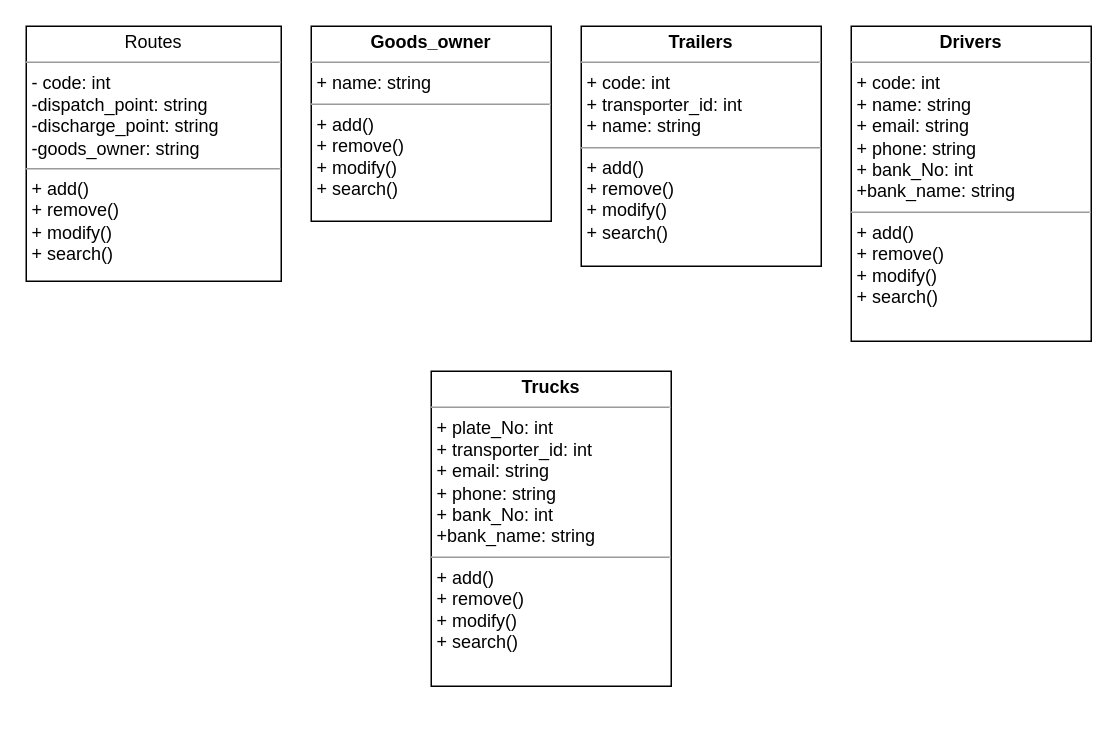
This is class diagram.drawio from amrawni33/Transfer, a draw.io file, before an edit. Source tidied: cells renumbered, new cells numbered last; positions are measured from the earlier drawing's top-left corner, leaving out a move shared by most shapes. Both pictures are drawn from the tidied source at 150%, with x=0, y=0 at pixel (26, 26).
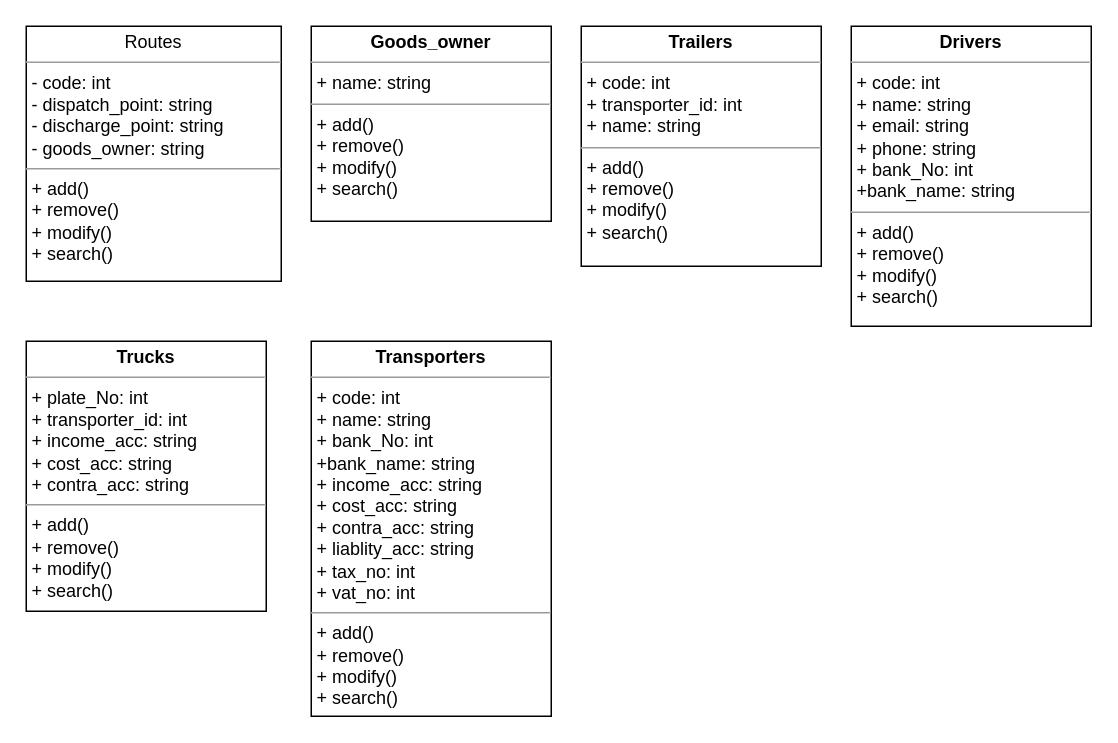
After the change.

What changed in the source:
```diff
@@
 <mxGraphModel>
   <root>
     <mxCell id="0" />
     <mxCell id="1" parent="0" />
-    <mxCell id="2" value="&lt;p style=&quot;margin:0px;margin-top:4px;text-align:center;&quot;&gt;Routes&lt;br&gt;&lt;/p&gt;&lt;hr size=&quot;1&quot;&gt;&lt;p style=&quot;margin:0px;margin-left:4px;&quot;&gt;- code: int&lt;/p&gt;&lt;p style=&quot;margin:0px;margin-left:4px;&quot;&gt;-dispatch_point: string&lt;/p&gt;&lt;p style=&quot;margin:0px;margin-left:4px;&quot;&gt;-discharge_point: string&lt;/p&gt;&lt;p style=&quot;margin:0px;margin-left:4px;&quot;&gt;-goods_owner: string&lt;/p&gt;&lt;hr size=&quot;1&quot;&gt;&lt;p style=&quot;margin:0px;margin-left:4px;&quot;&gt;+ add()&lt;/p&gt;&lt;p style=&quot;margin:0px;margin-left:4px;&quot;&gt;+ remove()&lt;/p&gt;&lt;p style=&quot;margin:0px;margin-left:4px;&quot;&gt;+ modify()&lt;/p&gt;&lt;p style=&quot;margin:0px;margin-left:4px;&quot;&gt;+ search()&lt;/p&gt;" style="verticalAlign=top;align=left;overflow=fill;fontSize=12;fontFamily=Helvetica;html=1;whiteSpace=wrap;" parent="1" vertex="1">
+    <mxCell id="2" value="&lt;p style=&quot;margin:0px;margin-top:4px;text-align:center;&quot;&gt;Routes&lt;br&gt;&lt;/p&gt;&lt;hr size=&quot;1&quot;&gt;&lt;p style=&quot;margin:0px;margin-left:4px;&quot;&gt;- code: int&lt;/p&gt;&lt;p style=&quot;margin:0px;margin-left:4px;&quot;&gt;- dispatch_point: string&lt;/p&gt;&lt;p style=&quot;margin:0px;margin-left:4px;&quot;&gt;- discharge_point: string&lt;/p&gt;&lt;p style=&quot;margin:0px;margin-left:4px;&quot;&gt;- goods_owner: string&lt;/p&gt;&lt;hr size=&quot;1&quot;&gt;&lt;p style=&quot;margin:0px;margin-left:4px;&quot;&gt;+ add()&lt;/p&gt;&lt;p style=&quot;margin:0px;margin-left:4px;&quot;&gt;+ remove()&lt;/p&gt;&lt;p style=&quot;margin:0px;margin-left:4px;&quot;&gt;+ modify()&lt;/p&gt;&lt;p style=&quot;margin:0px;margin-left:4px;&quot;&gt;+ search()&lt;/p&gt;" style="verticalAlign=top;align=left;overflow=fill;fontSize=12;fontFamily=Helvetica;html=1;whiteSpace=wrap;" parent="1" vertex="1">
       <mxGeometry width="170" height="170" as="geometry" />
     </mxCell>
     <mxCell id="3" value="&lt;p style=&quot;margin:0px;margin-top:4px;text-align:center;&quot;&gt;&lt;b&gt;Goods_owner&lt;/b&gt;&lt;/p&gt;&lt;hr size=&quot;1&quot;&gt;&lt;p style=&quot;margin:0px;margin-left:4px;&quot;&gt;+ name: string&lt;/p&gt;&lt;hr size=&quot;1&quot;&gt;&lt;p style=&quot;margin:0px;margin-left:4px;&quot;&gt;+ add()&lt;/p&gt;&lt;p style=&quot;margin:0px;margin-left:4px;&quot;&gt;+ remove()&lt;/p&gt;&lt;p style=&quot;margin:0px;margin-left:4px;&quot;&gt;+ modify()&lt;/p&gt;&lt;p style=&quot;margin:0px;margin-left:4px;&quot;&gt;+ search()&lt;/p&gt;" style="verticalAlign=top;align=left;overflow=fill;fontSize=12;fontFamily=Helvetica;html=1;whiteSpace=wrap;" parent="1" vertex="1">
       <mxGeometry x="190" width="160" height="130" as="geometry" />
     </mxCell>
     <mxCell id="4" value="&lt;p style=&quot;margin:0px;margin-top:4px;text-align:center;&quot;&gt;&lt;b&gt;Trailers&lt;/b&gt;&lt;/p&gt;&lt;hr size=&quot;1&quot;&gt;&lt;p style=&quot;margin:0px;margin-left:4px;&quot;&gt;+ code: int&lt;/p&gt;&lt;p style=&quot;margin:0px;margin-left:4px;&quot;&gt;+ transporter_id: int&lt;/p&gt;&lt;p style=&quot;margin:0px;margin-left:4px;&quot;&gt;+ name: string&lt;/p&gt;&lt;hr size=&quot;1&quot;&gt;&lt;p style=&quot;margin:0px;margin-left:4px;&quot;&gt;+ add()&lt;/p&gt;&lt;p style=&quot;margin:0px;margin-left:4px;&quot;&gt;+ remove()&lt;/p&gt;&lt;p style=&quot;margin:0px;margin-left:4px;&quot;&gt;+ modify()&lt;/p&gt;&lt;p style=&quot;margin:0px;margin-left:4px;&quot;&gt;+ search()&lt;/p&gt;" style="verticalAlign=top;align=left;overflow=fill;fontSize=12;fontFamily=Helvetica;html=1;whiteSpace=wrap;" parent="1" vertex="1">
       <mxGeometry x="370" width="160" height="160" as="geometry" />
     </mxCell>
     <mxCell id="5" value="&lt;p style=&quot;margin:0px;margin-top:4px;text-align:center;&quot;&gt;&lt;b&gt;Drivers&lt;/b&gt;&lt;/p&gt;&lt;hr size=&quot;1&quot;&gt;&lt;p style=&quot;margin:0px;margin-left:4px;&quot;&gt;+ code: int&lt;/p&gt;&lt;p style=&quot;margin:0px;margin-left:4px;&quot;&gt;+ name: string&lt;/p&gt;&lt;p style=&quot;margin:0px;margin-left:4px;&quot;&gt;+ email: string&lt;/p&gt;&lt;p style=&quot;margin:0px;margin-left:4px;&quot;&gt;+ phone: string&lt;/p&gt;&lt;p style=&quot;margin:0px;margin-left:4px;&quot;&gt;+ bank_No: int&lt;/p&gt;&lt;p style=&quot;margin:0px;margin-left:4px;&quot;&gt;+bank_name: string&lt;/p&gt;&lt;hr size=&quot;1&quot;&gt;&lt;p style=&quot;border-color: var(--border-color); margin: 0px 0px 0px 4px;&quot;&gt;+ add()&lt;/p&gt;&lt;p style=&quot;border-color: var(--border-color); margin: 0px 0px 0px 4px;&quot;&gt;+ remove()&lt;/p&gt;&lt;p style=&quot;border-color: var(--border-color); margin: 0px 0px 0px 4px;&quot;&gt;+ modify()&lt;/p&gt;&lt;p style=&quot;border-color: var(--border-color); margin: 0px 0px 0px 4px;&quot;&gt;+ search()&lt;/p&gt;" style="verticalAlign=top;align=left;overflow=fill;fontSize=12;fontFamily=Helvetica;html=1;whiteSpace=wrap;" parent="1" vertex="1">
-      <mxGeometry x="550" width="160" height="210" as="geometry" />
+      <mxGeometry x="550" width="160" height="200" as="geometry" />
     </mxCell>
-    <mxCell id="6" value="&lt;p style=&quot;margin:0px;margin-top:4px;text-align:center;&quot;&gt;&lt;b&gt;Trucks&lt;/b&gt;&lt;/p&gt;&lt;hr size=&quot;1&quot;&gt;&lt;p style=&quot;margin:0px;margin-left:4px;&quot;&gt;+ plate_No: int&lt;/p&gt;&lt;p style=&quot;margin:0px;margin-left:4px;&quot;&gt;+ transporter_id: int&lt;/p&gt;&lt;p style=&quot;margin:0px;margin-left:4px;&quot;&gt;+ email: string&lt;/p&gt;&lt;p style=&quot;margin:0px;margin-left:4px;&quot;&gt;+ phone: string&lt;/p&gt;&lt;p style=&quot;margin:0px;margin-left:4px;&quot;&gt;+ bank_No: int&lt;/p&gt;&lt;p style=&quot;margin:0px;margin-left:4px;&quot;&gt;+bank_name: string&lt;/p&gt;&lt;hr size=&quot;1&quot;&gt;&lt;p style=&quot;border-color: var(--border-color); margin: 0px 0px 0px 4px;&quot;&gt;+ add()&lt;/p&gt;&lt;p style=&quot;border-color: var(--border-color); margin: 0px 0px 0px 4px;&quot;&gt;+ remove()&lt;/p&gt;&lt;p style=&quot;border-color: var(--border-color); margin: 0px 0px 0px 4px;&quot;&gt;+ modify()&lt;/p&gt;&lt;p style=&quot;border-color: var(--border-color); margin: 0px 0px 0px 4px;&quot;&gt;+ search()&lt;/p&gt;" style="verticalAlign=top;align=left;overflow=fill;fontSize=12;fontFamily=Helvetica;html=1;whiteSpace=wrap;" parent="1" vertex="1">
-      <mxGeometry x="270" y="230" width="160" height="210" as="geometry" />
+    <mxCell id="6" value="&lt;p style=&quot;margin:0px;margin-top:4px;text-align:center;&quot;&gt;&lt;b&gt;Trucks&lt;/b&gt;&lt;/p&gt;&lt;hr size=&quot;1&quot;&gt;&lt;p style=&quot;margin:0px;margin-left:4px;&quot;&gt;+ plate_No: int&lt;/p&gt;&lt;p style=&quot;margin:0px;margin-left:4px;&quot;&gt;+ transporter_id: int&lt;/p&gt;&lt;p style=&quot;margin:0px;margin-left:4px;&quot;&gt;+ income_acc: string&lt;/p&gt;&lt;p style=&quot;margin:0px;margin-left:4px;&quot;&gt;+ cost_acc: string&lt;/p&gt;&lt;p style=&quot;margin:0px;margin-left:4px;&quot;&gt;+ contra_acc: string&lt;/p&gt;&lt;hr size=&quot;1&quot;&gt;&lt;p style=&quot;border-color: var(--border-color); margin: 0px 0px 0px 4px;&quot;&gt;+ add()&lt;/p&gt;&lt;p style=&quot;border-color: var(--border-color); margin: 0px 0px 0px 4px;&quot;&gt;+ remove()&lt;/p&gt;&lt;p style=&quot;border-color: var(--border-color); margin: 0px 0px 0px 4px;&quot;&gt;+ modify()&lt;/p&gt;&lt;p style=&quot;border-color: var(--border-color); margin: 0px 0px 0px 4px;&quot;&gt;+ search()&lt;/p&gt;" style="verticalAlign=top;align=left;overflow=fill;fontSize=12;fontFamily=Helvetica;html=1;whiteSpace=wrap;" parent="1" vertex="1">
+      <mxGeometry y="210" width="160" height="180" as="geometry" />
     </mxCell>
+    <mxCell id="7" value="&lt;p style=&quot;margin:0px;margin-top:4px;text-align:center;&quot;&gt;&lt;b&gt;Transporters&lt;/b&gt;&lt;/p&gt;&lt;hr size=&quot;1&quot;&gt;&lt;p style=&quot;margin:0px;margin-left:4px;&quot;&gt;+ code: int&lt;/p&gt;&lt;p style=&quot;margin:0px;margin-left:4px;&quot;&gt;+ name: string&lt;/p&gt;&lt;p style=&quot;margin:0px;margin-left:4px;&quot;&gt;&lt;span style=&quot;background-color: initial;&quot;&gt;+ bank_No: int&lt;/span&gt;&lt;br&gt;&lt;/p&gt;&lt;p style=&quot;margin:0px;margin-left:4px;&quot;&gt;+bank_name: string&lt;/p&gt;&lt;p style=&quot;border-color: var(--border-color); margin: 0px 0px 0px 4px;&quot;&gt;+ income_acc: string&lt;/p&gt;&lt;p style=&quot;border-color: var(--border-color); margin: 0px 0px 0px 4px;&quot;&gt;+ cost_acc: string&lt;/p&gt;&lt;p style=&quot;border-color: var(--border-color); margin: 0px 0px 0px 4px;&quot;&gt;+ contra_acc: string&lt;/p&gt;&lt;p style=&quot;border-color: var(--border-color); margin: 0px 0px 0px 4px;&quot;&gt;+ liablity_acc: string&lt;/p&gt;&lt;p style=&quot;border-color: var(--border-color); margin: 0px 0px 0px 4px;&quot;&gt;+ tax_no: int&lt;/p&gt;&lt;p style=&quot;border-color: var(--border-color); margin: 0px 0px 0px 4px;&quot;&gt;+ vat_no: int&lt;/p&gt;&lt;hr size=&quot;1&quot;&gt;&lt;p style=&quot;border-color: var(--border-color); margin: 0px 0px 0px 4px;&quot;&gt;+ add()&lt;/p&gt;&lt;p style=&quot;border-color: var(--border-color); margin: 0px 0px 0px 4px;&quot;&gt;+ remove()&lt;/p&gt;&lt;p style=&quot;border-color: var(--border-color); margin: 0px 0px 0px 4px;&quot;&gt;+ modify()&lt;/p&gt;&lt;p style=&quot;border-color: var(--border-color); margin: 0px 0px 0px 4px;&quot;&gt;+ search()&lt;/p&gt;" style="verticalAlign=top;align=left;overflow=fill;fontSize=12;fontFamily=Helvetica;html=1;whiteSpace=wrap;" parent="1" vertex="1">
+      <mxGeometry x="190" y="210" width="160" height="250" as="geometry" />
+    </mxCell>
   </root>
 </mxGraphModel>
```
